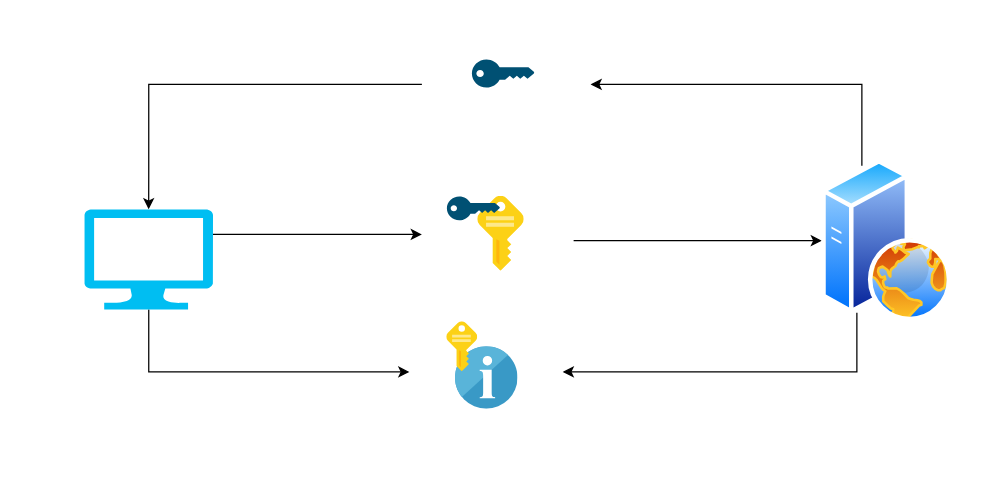
Earlier version of the draw.io diagram other/Untitled Diagram.drawio (dinith95/CodingBook). Source tidied: cells renumbered, new cells numbered last; positions are measured from the earlier drawing's top-left corner, leaving out a move shared by most shapes. Both pictures are drawn from the tidied source at 125%, with x=0, y=0 at pixel (84, 34).
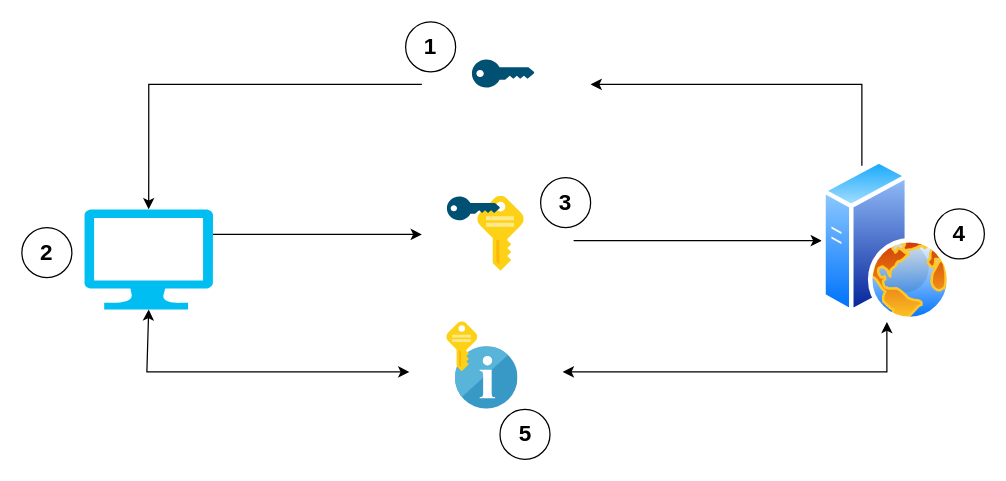
Above is the later version.

The change refers to these unchanged cells:
```xml
<mxCell id="7" style="verticalLabelPosition=bottom;html=1;verticalAlign=top;align=center;strokeColor=none;fillColor=#00BEF2;shape=mxgraph.azure.computer;" parent="1" vertex="1">
  <mxGeometry y="140" width="102.9" height="80" as="geometry" />
</mxCell>
<mxCell id="10" style="perimeter=ellipsePerimeter;html=1;align=center;shadow=0;dashed=0;spacingTop=3;image;image=img/lib/active_directory/web_server.svg;" parent="1" vertex="1">
  <mxGeometry x="590" y="100" width="104" height="130" as="geometry" />
</mxCell>
<mxCell id="17" style="rounded=0;whiteSpace=wrap;html=1;fontSize=16;fillColor=none;strokeColor=none;" parent="1" vertex="1">
  <mxGeometry x="260" y="230" width="122.7" height="80" as="geometry" />
</mxCell>
```

Change to the diagram source:
```diff
@@
-    <mxCell id="6" style="edgeStyle=orthogonalEdgeStyle;rounded=0;jettySize=auto;html=1;fontSize=16;endArrow=classic;endFill=1;" parent="1" edge="1" source="7" target="17">
-      <mxGeometry relative="1" as="geometry">
-        <Array as="points">
-          <mxPoint x="52" y="270" />
-        </Array>
-      </mxGeometry>
-    </mxCell>
@@
-    <mxCell id="9" style="edgeStyle=orthogonalEdgeStyle;rounded=0;jettySize=auto;html=1;fontSize=16;endArrow=classic;endFill=1;" parent="1" edge="1" source="10" target="17">
-      <mxGeometry relative="1" as="geometry">
-        <Array as="points">
-          <mxPoint x="618" y="270" />
-        </Array>
-      </mxGeometry>
-    </mxCell>
@@
+    <mxCell id="18" style="endArrow=classic;startArrow=classic;html=1;rounded=0;fontSize=16;entryX=0.5;entryY=1;entryDx=0;entryDy=0;exitX=1;exitY=0.5;exitDx=0;exitDy=0;" parent="1" edge="1" source="17" target="10">
+      <mxGeometry relative="1" as="geometry">
+        <Array as="points">
+          <mxPoint x="642" y="270" />
+        </Array>
+      </mxGeometry>
+    </mxCell>
+    <mxCell id="6" style="endArrow=classic;startArrow=classic;html=1;rounded=0;fontSize=16;exitX=0.5;exitY=1;exitDx=0;exitDy=0;exitPerimeter=0;entryX=0;entryY=0.5;entryDx=0;entryDy=0;" parent="1" edge="1" source="7" target="17">
+      <mxGeometry relative="1" as="geometry">
+        <Array as="points">
+          <mxPoint x="50" y="270" />
+        </Array>
+      </mxGeometry>
+    </mxCell>
+    <mxCell id="19" value="&lt;span style=&quot;font-size: 18px;&quot;&gt;&lt;b&gt;1&lt;/b&gt;&lt;/span&gt;" style="ellipse;whiteSpace=wrap;html=1;fontSize=16;fillColor=none;" parent="1" vertex="1">
+      <mxGeometry x="257" y="-10" width="40" height="40" as="geometry" />
+    </mxCell>
+    <mxCell id="20" value="&lt;span style=&quot;font-size: 18px;&quot;&gt;&lt;b&gt;2&lt;/b&gt;&lt;/span&gt;" style="ellipse;whiteSpace=wrap;html=1;fontSize=16;fillColor=none;" parent="1" vertex="1">
+      <mxGeometry x="-50" y="154.6" width="40" height="40" as="geometry" />
+    </mxCell>
+    <mxCell id="21" value="&lt;span style=&quot;font-size: 18px;&quot;&gt;&lt;b&gt;3&lt;/b&gt;&lt;/span&gt;" style="ellipse;whiteSpace=wrap;html=1;fontSize=16;fillColor=none;" parent="1" vertex="1">
+      <mxGeometry x="365" y="114.6" width="40" height="40" as="geometry" />
+    </mxCell>
+    <mxCell id="22" value="&lt;span style=&quot;font-size: 18px;&quot;&gt;&lt;b&gt;4&lt;/b&gt;&lt;/span&gt;" style="ellipse;whiteSpace=wrap;html=1;fontSize=16;fillColor=none;" parent="1" vertex="1">
+      <mxGeometry x="680" y="139.6" width="40" height="40" as="geometry" />
+    </mxCell>
+    <mxCell id="23" value="&lt;span style=&quot;font-size: 18px;&quot;&gt;&lt;b&gt;5&lt;/b&gt;&lt;/span&gt;" style="ellipse;whiteSpace=wrap;html=1;fontSize=16;fillColor=none;" parent="1" vertex="1">
+      <mxGeometry x="332.5" y="300" width="40" height="40" as="geometry" />
+    </mxCell>
```
